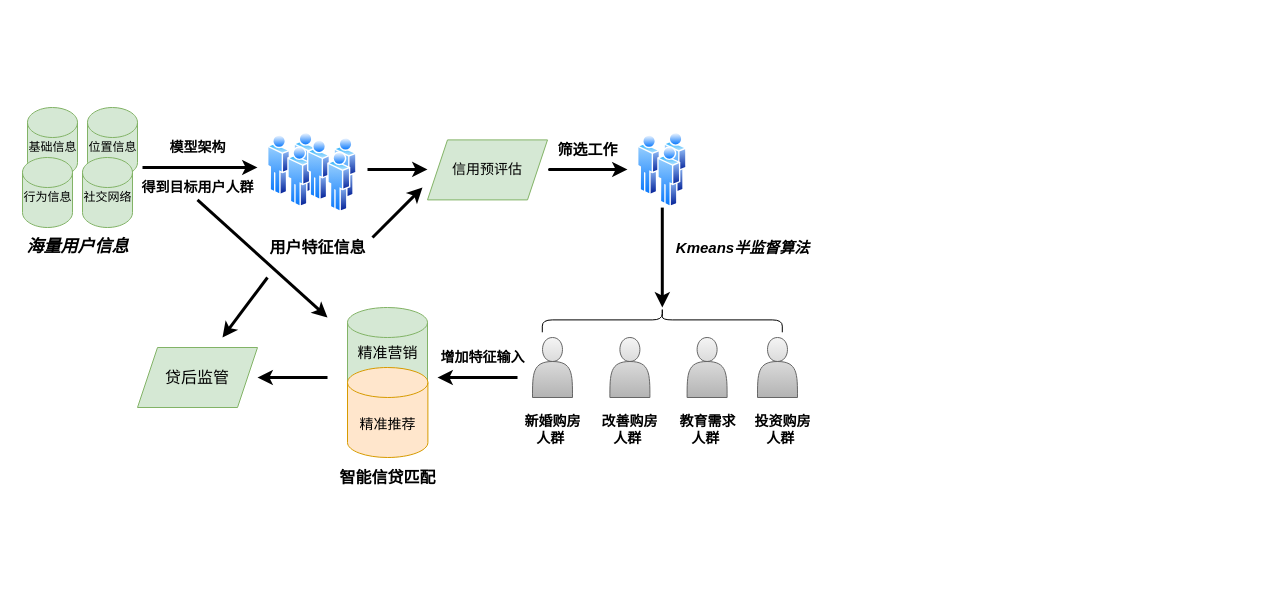
Before: 流程图 Diagram.drawio in Jackieze/hello-python, a draw.io diagram. Source tidied: cells renumbered, new cells numbered last; positions are measured from the earlier drawing's top-left corner, leaving out a move shared by most shapes. Both pictures are drawn from the tidied source at 100%, with x=0, y=0 at pixel (17, 107). Pictures stored in the file or linked from it are replaced by grey dashed boxes.
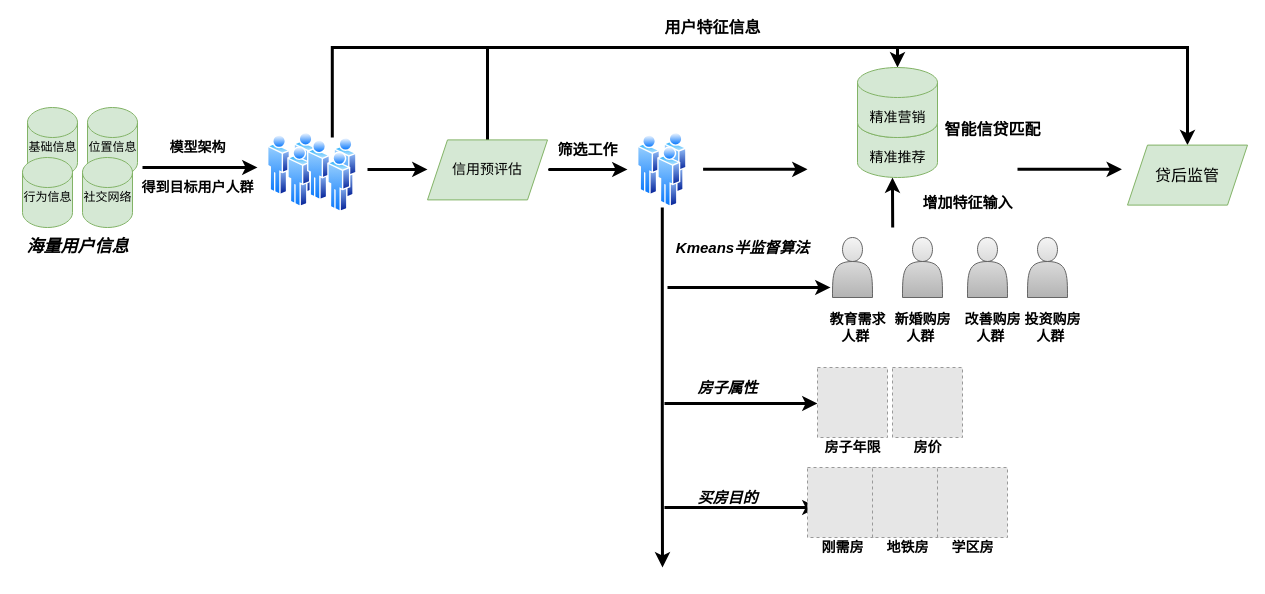
The same page after the edit.

The change refers to these unchanged cells:
```xml
<mxCell id="14" style="perimeter=ellipsePerimeter;html=1;align=center;shadow=0;dashed=0;spacingTop=3;image;image=img/lib/active_directory/users.svg;" parent="1" vertex="1">
  <mxGeometry x="290" y="30" width="49.6" height="75.2" as="geometry" />
</mxCell>
<mxCell id="17" value="&lt;font style=&quot;font-size: 14px&quot;&gt;信用预评估&lt;/font&gt;" style="shape=parallelogram;perimeter=parallelogramPerimeter;whiteSpace=wrap;html=1;fixedSize=1;fillColor=#d5e8d4;strokeColor=#82b366;" parent="1" vertex="1">
  <mxGeometry x="410" y="32.4" width="120" height="60" as="geometry" />
</mxCell>
<mxCell id="20" style="perimeter=ellipsePerimeter;html=1;align=center;shadow=0;dashed=0;spacingTop=3;image;image=img/lib/active_directory/users.svg;" parent="1" vertex="1">
  <mxGeometry x="620" y="24.9" width="49.6" height="75.2" as="geometry" />
</mxCell>
```

The edit, as a diff of the source:
```diff
@@
+    <mxCell id="45" style="edgeStyle=orthogonalEdgeStyle;rounded=0;jettySize=auto;html=1;entryX=0.5;entryY=0;entryDx=0;entryDy=0;entryPerimeter=0;strokeWidth=3;" parent="1" edge="1" source="14" target="65">
+      <mxGeometry relative="1" as="geometry">
+        <Array as="points">
+          <mxPoint x="315" y="-60" />
+          <mxPoint x="880" y="-60" />
+        </Array>
+      </mxGeometry>
+    </mxCell>
+    <mxCell id="46" style="edgeStyle=orthogonalEdgeStyle;rounded=0;jettySize=auto;html=1;exitX=0.5;exitY=0;exitDx=0;exitDy=0;entryX=0.5;entryY=0;entryDx=0;entryDy=0;strokeWidth=3;" parent="1" edge="1" source="17" target="43">
+      <mxGeometry relative="1" as="geometry">
+        <Array as="points">
+          <mxPoint x="470" y="-60" />
+          <mxPoint x="1170" y="-60" />
+        </Array>
+      </mxGeometry>
+    </mxCell>
@@
     <mxCell id="19" style="edgeStyle=orthogonalEdgeStyle;rounded=0;jettySize=auto;html=1;strokeWidth=3;" parent="1" edge="1" source="20">
       <mxGeometry relative="1" as="geometry">
-        <mxPoint x="644.8" y="200" as="targetPoint" />
+        <mxPoint x="645" y="460" as="targetPoint" />
+        <Array as="points">
+          <mxPoint x="645" y="350" />
+          <mxPoint x="645" y="350" />
+        </Array>
       </mxGeometry>
     </mxCell>
@@
-    <mxCell id="22" style="shape=cylinder3;whiteSpace=wrap;html=1;boundedLbl=1;backgroundOutline=1;size=15;fillColor=#d5e8d4;strokeColor=#82b366;" parent="1" vertex="1">
-      <mxGeometry x="330" y="200" width="80" height="90" as="geometry" />
-    </mxCell>
-    <mxCell id="23" style="shape=cylinder3;whiteSpace=wrap;html=1;boundedLbl=1;backgroundOutline=1;size=15;fillColor=#ffe6cc;strokeColor=#d79b00;" parent="1" vertex="1">
-      <mxGeometry x="330" y="260" width="80.4" height="90" as="geometry" />
-    </mxCell>
-    <mxCell id="24" style="endArrow=classic;html=1;strokeWidth=3;" parent="1" edge="1">
-      <mxGeometry relative="1" as="geometry">
-        <mxPoint x="180" y="92.4" as="sourcePoint" />
-        <mxPoint x="310" y="210" as="targetPoint" />
-      </mxGeometry>
-    </mxCell>
     <mxCell id="25" value="&lt;font style=&quot;font-size: 16px&quot;&gt;&lt;b&gt;用户特征信息&lt;/b&gt;&lt;/font&gt;" style="text;html=1;align=center;verticalAlign=middle;fillColor=none;strokeColor=none;rounded=0;" parent="1" vertex="1">
-      <mxGeometry x="245" y="130" width="110" height="20" as="geometry" />
+      <mxGeometry x="640" y="-90" width="110" height="20" as="geometry" />
     </mxCell>
-    <mxCell id="26" style="endArrow=classic;html=1;strokeWidth=3;" parent="1" edge="1">
-      <mxGeometry relative="1" as="geometry">
-        <mxPoint x="355" y="130" as="sourcePoint" />
-        <mxPoint x="405" y="80" as="targetPoint" />
-      </mxGeometry>
-    </mxCell>
@@
-    <mxCell id="28" style="shape=curlyBracket;whiteSpace=wrap;html=1;rounded=1;flipH=1;rotation=-90;" parent="1" vertex="1">
-      <mxGeometry x="632.4" y="92.4" width="24.8" height="240" as="geometry" />
-    </mxCell>
     <mxCell id="29" style="shape=actor;whiteSpace=wrap;html=1;gradientColor=#b3b3b3;fillColor=#f5f5f5;strokeColor=#666666;" parent="1" vertex="1">
-      <mxGeometry x="515" y="230" width="40" height="60" as="geometry" />
+      <mxGeometry x="885" y="130" width="40" height="60" as="geometry" />
     </mxCell>
     <mxCell id="30" style="shape=actor;whiteSpace=wrap;html=1;gradientColor=#b3b3b3;fillColor=#f5f5f5;strokeColor=#666666;" parent="1" vertex="1">
-      <mxGeometry x="592.4" y="230" width="40" height="60" as="geometry" />
+      <mxGeometry x="950" y="130" width="40" height="60" as="geometry" />
     </mxCell>
     <mxCell id="31" style="shape=actor;whiteSpace=wrap;html=1;gradientColor=#b3b3b3;fillColor=#f5f5f5;strokeColor=#666666;" parent="1" vertex="1">
-      <mxGeometry x="669.6" y="230" width="40" height="60" as="geometry" />
+      <mxGeometry x="815" y="130" width="40" height="60" as="geometry" />
     </mxCell>
     <mxCell id="32" style="shape=actor;whiteSpace=wrap;html=1;gradientColor=#b3b3b3;fillColor=#f5f5f5;strokeColor=#666666;" parent="1" vertex="1">
-      <mxGeometry x="740" y="230" width="40" height="60" as="geometry" />
+      <mxGeometry x="1010" y="130" width="40" height="60" as="geometry" />
     </mxCell>
     <mxCell id="33" value="&lt;p class=&quot;MsoNormal&quot; style=&quot;margin: 0pt 0pt 0.0001pt ; text-align: justify ; font-family: &amp;#34;calibri&amp;#34; ; font-size: 10.5pt&quot;&gt;&lt;b&gt;&lt;span style=&quot;font-size: 10.5pt&quot;&gt;&lt;font face=&quot;宋体&quot;&gt;新婚购房&lt;/font&gt;&lt;/span&gt;&lt;/b&gt;&lt;/p&gt;&lt;p class=&quot;MsoNormal&quot; style=&quot;margin: 0pt 0pt 0.0001pt ; text-align: justify ; font-family: &amp;#34;calibri&amp;#34; ; font-size: 10.5pt&quot;&gt;&lt;b&gt;&lt;span style=&quot;font-size: 10.5pt&quot;&gt;&lt;font face=&quot;宋体&quot;&gt;&amp;nbsp; &amp;nbsp;人群&lt;/font&gt;&lt;/span&gt;&lt;/b&gt;&lt;/p&gt;" style="text;html=1;align=center;verticalAlign=middle;fillColor=none;strokeColor=none;rounded=0;" parent="1" vertex="1">
-      <mxGeometry x="500" y="307.4" width="70" height="30" as="geometry" />
+      <mxGeometry x="870" y="205" width="70" height="30" as="geometry" />
     </mxCell>
     <mxCell id="34" value="&lt;p class=&quot;MsoNormal&quot; style=&quot;margin: 0pt 0pt 0.0001pt ; text-align: justify ; font-family: &amp;#34;calibri&amp;#34; ; font-size: 10.5pt&quot;&gt;&lt;b&gt;&lt;span style=&quot;font-size: 10.5pt&quot;&gt;&lt;font face=&quot;宋体&quot;&gt;改善购房&lt;/font&gt;&lt;/span&gt;&lt;/b&gt;&lt;/p&gt;&lt;p class=&quot;MsoNormal&quot; style=&quot;margin: 0pt 0pt 0.0001pt ; text-align: justify ; font-family: &amp;#34;calibri&amp;#34; ; font-size: 10.5pt&quot;&gt;&lt;b&gt;&lt;span style=&quot;font-size: 10.5pt&quot;&gt;&lt;font face=&quot;宋体&quot;&gt;&amp;nbsp; &amp;nbsp;人群&lt;/font&gt;&lt;/span&gt;&lt;/b&gt;&lt;/p&gt;" style="text;html=1;align=center;verticalAlign=middle;fillColor=none;strokeColor=none;rounded=0;" parent="1" vertex="1">
-      <mxGeometry x="577.4" y="307.4" width="70" height="30" as="geometry" />
+      <mxGeometry x="940" y="205" width="70" height="30" as="geometry" />
     </mxCell>
     <mxCell id="35" value="&lt;p class=&quot;MsoNormal&quot; style=&quot;margin: 0pt 0pt 0.0001pt ; text-align: justify ; font-size: 10.5pt&quot;&gt;&lt;font face=&quot;宋体&quot;&gt;&lt;b&gt;教育需求&lt;/b&gt;&lt;/font&gt;&lt;/p&gt;&lt;p class=&quot;MsoNormal&quot; style=&quot;margin: 0pt 0pt 0.0001pt ; text-align: justify ; font-family: &amp;#34;calibri&amp;#34; ; font-size: 10.5pt&quot;&gt;&lt;b&gt;&lt;span style=&quot;font-size: 10.5pt&quot;&gt;&lt;font face=&quot;宋体&quot;&gt;&amp;nbsp; &amp;nbsp;人群&lt;/font&gt;&lt;/span&gt;&lt;/b&gt;&lt;/p&gt;" style="text;html=1;align=center;verticalAlign=middle;fillColor=none;strokeColor=none;rounded=0;" parent="1" vertex="1">
-      <mxGeometry x="654.6" y="307.4" width="70" height="30" as="geometry" />
+      <mxGeometry x="805" y="205" width="70" height="30" as="geometry" />
     </mxCell>
     <mxCell id="36" value="&lt;p class=&quot;MsoNormal&quot; style=&quot;margin: 0pt 0pt 0.0001pt ; text-align: justify ; font-size: 10.5pt&quot;&gt;&lt;font face=&quot;宋体&quot;&gt;&lt;b&gt;投资购房&lt;/b&gt;&lt;/font&gt;&lt;/p&gt;&lt;p class=&quot;MsoNormal&quot; style=&quot;margin: 0pt 0pt 0.0001pt ; text-align: justify ; font-family: &amp;#34;calibri&amp;#34; ; font-size: 10.5pt&quot;&gt;&lt;b&gt;&lt;span style=&quot;font-size: 10.5pt&quot;&gt;&lt;font face=&quot;宋体&quot;&gt;&amp;nbsp; &amp;nbsp;人群&lt;/font&gt;&lt;/span&gt;&lt;/b&gt;&lt;/p&gt;" style="text;html=1;align=center;verticalAlign=middle;fillColor=none;strokeColor=none;rounded=0;" parent="1" vertex="1">
-      <mxGeometry x="730" y="307.4" width="70" height="30" as="geometry" />
+      <mxGeometry x="1000" y="205" width="70" height="30" as="geometry" />
     </mxCell>
-    <mxCell id="37" style="endArrow=classic;html=1;strokeWidth=3;" parent="1" edge="1">
-      <mxGeometry relative="1" as="geometry">
-        <mxPoint x="500" y="270" as="sourcePoint" />
-        <mxPoint x="420" y="270" as="targetPoint" />
-      </mxGeometry>
-    </mxCell>
+    <mxCell id="41" value="&lt;p class=&quot;MsoNormal&quot; style=&quot;margin: 0pt 0pt 0.0001pt ; text-align: justify ; font-family: &amp;#34;times new roman&amp;#34;&quot;&gt;&lt;b&gt;&lt;font face=&quot;宋体&quot; style=&quot;font-size: 16px&quot;&gt;智能信贷匹配&lt;/font&gt;&lt;/b&gt;&lt;/p&gt;" style="text;html=1;align=center;verticalAlign=middle;fillColor=none;strokeColor=none;rounded=0;" parent="1" vertex="1">
+      <mxGeometry x="920" y="12.4" width="110" height="20" as="geometry" />
+    </mxCell>
+    <mxCell id="43" value="&lt;font style=&quot;font-size: 16px&quot;&gt;贷后监管&lt;/font&gt;" style="shape=parallelogram;perimeter=parallelogramPerimeter;whiteSpace=wrap;html=1;fixedSize=1;fillColor=#d5e8d4;strokeColor=#82b366;" parent="1" vertex="1">
+      <mxGeometry x="1110" y="37.6" width="120" height="60" as="geometry" />
+    </mxCell>
+    <mxCell id="47" style="endArrow=classic;html=1;strokeWidth=3;" parent="1" edge="1">
+      <mxGeometry relative="1" as="geometry">
+        <mxPoint x="650" y="180" as="sourcePoint" />
+        <mxPoint x="813" y="180" as="targetPoint" />
+      </mxGeometry>
+    </mxCell>
+    <mxCell id="48" style="endArrow=classic;html=1;strokeWidth=3;" parent="1" edge="1">
+      <mxGeometry relative="1" as="geometry">
+        <mxPoint x="647" y="296" as="sourcePoint" />
+        <mxPoint x="800" y="296" as="targetPoint" />
+      </mxGeometry>
+    </mxCell>
+    <mxCell id="49" style="fillColor=#E6E6E6;strokeColor=#999999;dashed=1;html=1;verticalAlign=top;verticalLabelPosition=bottom;labelBackgroundColor=#ffffff;" parent="1" vertex="1">
+      <mxGeometry x="800" y="260" width="70" height="70" as="geometry" />
+    </mxCell>
+    <mxCell id="50" style="fillColor=#E6E6E6;strokeColor=#999999;dashed=1;html=1;verticalAlign=top;verticalLabelPosition=bottom;labelBackgroundColor=#ffffff;" parent="1" vertex="1">
+      <mxGeometry x="875" y="260" width="70" height="70" as="geometry" />
+    </mxCell>
+    <mxCell id="51" value="&lt;font style=&quot;font-size: 14px&quot;&gt;&lt;b&gt;房子年限&lt;/b&gt;&lt;/font&gt;" style="text;html=1;align=center;verticalAlign=middle;fillColor=none;strokeColor=none;rounded=0;" parent="1" vertex="1">
+      <mxGeometry x="800" y="330" width="70" height="20" as="geometry" />
+    </mxCell>
+    <mxCell id="52" value="&lt;font style=&quot;font-size: 14px&quot;&gt;&lt;b&gt;房价&lt;/b&gt;&lt;/font&gt;" style="text;html=1;align=center;verticalAlign=middle;fillColor=none;strokeColor=none;rounded=0;" parent="1" vertex="1">
+      <mxGeometry x="890" y="330" width="40" height="20" as="geometry" />
+    </mxCell>
+    <mxCell id="53" style="endArrow=classic;html=1;strokeWidth=3;" parent="1" edge="1">
+      <mxGeometry relative="1" as="geometry">
+        <mxPoint x="647" y="400" as="sourcePoint" />
+        <mxPoint x="800" y="400" as="targetPoint" />
+      </mxGeometry>
+    </mxCell>
+    <mxCell id="54" value="&lt;font size=&quot;1&quot;&gt;&lt;b&gt;&lt;i style=&quot;font-size: 15px&quot;&gt;房子属性&lt;/i&gt;&lt;/b&gt;&lt;/font&gt;" style="text;html=1;align=center;verticalAlign=middle;fillColor=none;strokeColor=none;rounded=0;" parent="1" vertex="1">
+      <mxGeometry x="670" y="270" width="80" height="20" as="geometry" />
+    </mxCell>
+    <mxCell id="55" value="&lt;font style=&quot;font-size: 15px&quot;&gt;&lt;b&gt;&lt;i&gt;买房目的&lt;/i&gt;&lt;/b&gt;&lt;/font&gt;" style="text;html=1;align=center;verticalAlign=middle;fillColor=none;strokeColor=none;rounded=0;" parent="1" vertex="1">
+      <mxGeometry x="670" y="380" width="80" height="20" as="geometry" />
+    </mxCell>
+    <mxCell id="56" style="fillColor=#E6E6E6;strokeColor=#999999;dashed=1;html=1;verticalAlign=top;verticalLabelPosition=bottom;labelBackgroundColor=#ffffff;" parent="1" vertex="1">
+      <mxGeometry x="790" y="360" width="70" height="70" as="geometry" />
+    </mxCell>
+    <mxCell id="57" style="fillColor=#E6E6E6;strokeColor=#999999;dashed=1;html=1;verticalAlign=top;verticalLabelPosition=bottom;labelBackgroundColor=#ffffff;" parent="1" vertex="1">
+      <mxGeometry x="855" y="360" width="70" height="70" as="geometry" />
+    </mxCell>
+    <mxCell id="58" style="fillColor=#E6E6E6;strokeColor=#999999;dashed=1;html=1;verticalAlign=top;verticalLabelPosition=bottom;labelBackgroundColor=#ffffff;" parent="1" vertex="1">
+      <mxGeometry x="920" y="360" width="70" height="70" as="geometry" />
+    </mxCell>
+    <mxCell id="59" value="&lt;font style=&quot;font-size: 14px&quot;&gt;&lt;b&gt;刚需房&lt;/b&gt;&lt;/font&gt;" style="text;html=1;align=center;verticalAlign=middle;fillColor=none;strokeColor=none;rounded=0;" parent="1" vertex="1">
+      <mxGeometry x="795" y="430" width="60" height="20" as="geometry" />
+    </mxCell>
+    <mxCell id="60" value="&lt;font style=&quot;font-size: 14px&quot;&gt;&lt;b&gt;地铁房&lt;/b&gt;&lt;/font&gt;" style="text;html=1;align=center;verticalAlign=middle;fillColor=none;strokeColor=none;rounded=0;" parent="1" vertex="1">
+      <mxGeometry x="860" y="430" width="60" height="20" as="geometry" />
+    </mxCell>
+    <mxCell id="61" value="&lt;font style=&quot;font-size: 14px&quot;&gt;&lt;b&gt;学区房&lt;/b&gt;&lt;/font&gt;" style="text;html=1;align=center;verticalAlign=middle;fillColor=none;strokeColor=none;rounded=0;" parent="1" vertex="1">
+      <mxGeometry x="925" y="430" width="60" height="20" as="geometry" />
+    </mxCell>
+    <mxCell id="62" style="endArrow=classic;html=1;strokeWidth=3;" parent="1" edge="1">
+      <mxGeometry relative="1" as="geometry">
+        <mxPoint x="685.6" y="61.8" as="sourcePoint" />
+        <mxPoint x="790" y="61.8" as="targetPoint" />
+      </mxGeometry>
+    </mxCell>
+    <mxCell id="63" style="endArrow=classic;html=1;strokeWidth=3;" parent="1" edge="1">
+      <mxGeometry relative="1" as="geometry">
+        <mxPoint x="875.2" y="120.1" as="sourcePoint" />
+        <mxPoint x="875" y="70.1" as="targetPoint" />
+        <Array as="points">
+          <mxPoint x="875" y="80" />
+        </Array>
+      </mxGeometry>
+    </mxCell>
-    <mxCell id="38" value="&lt;b&gt;&lt;font style=&quot;font-size: 14px&quot;&gt;增加特征输入&lt;/font&gt;&lt;/b&gt;" style="text;html=1;align=center;verticalAlign=middle;fillColor=none;strokeColor=none;rounded=0;" parent="1" vertex="1">
-      <mxGeometry x="415" y="240" width="100" height="20" as="geometry" />
+    <mxCell id="38" value="&lt;font size=&quot;1&quot;&gt;&lt;b style=&quot;font-size: 15px&quot;&gt;增加特征输入&lt;/b&gt;&lt;/font&gt;" style="text;html=1;align=center;verticalAlign=middle;fillColor=none;strokeColor=none;rounded=0;" parent="1" vertex="1">
+      <mxGeometry x="895" y="85.1" width="110" height="20" as="geometry" />
     </mxCell>
+    <mxCell id="64" style="shape=cylinder3;whiteSpace=wrap;html=1;boundedLbl=1;backgroundOutline=1;size=15;fillColor=#d5e8d4;strokeColor=#82b366;" parent="1" vertex="1">
+      <mxGeometry x="840" width="80" height="70" as="geometry" />
+    </mxCell>
+    <mxCell id="65" style="shape=cylinder3;whiteSpace=wrap;html=1;boundedLbl=1;backgroundOutline=1;size=15;fillColor=#d5e8d4;strokeColor=#82b366;" parent="1" vertex="1">
+      <mxGeometry x="840" y="-40" width="80" height="70" as="geometry" />
+    </mxCell>
     <mxCell id="39" value="&lt;font style=&quot;font-size: 14px&quot;&gt;精准推荐&lt;/font&gt;" style="text;html=1;align=center;verticalAlign=middle;fillColor=none;strokeColor=none;rounded=0;" parent="1" vertex="1">
-      <mxGeometry x="335" y="307.4" width="70" height="20" as="geometry" />
+      <mxGeometry x="845" y="40" width="70" height="20" as="geometry" />
     </mxCell>
-    <mxCell id="40" value="&lt;font style=&quot;font-size: 15px&quot;&gt;精准营销&lt;/font&gt;" style="text;html=1;align=center;verticalAlign=middle;fillColor=none;strokeColor=none;rounded=0;" parent="1" vertex="1">
-      <mxGeometry x="330" y="235" width="80" height="20" as="geometry" />
+    <mxCell id="40" value="&lt;font style=&quot;font-size: 14px&quot;&gt;精准营销&lt;/font&gt;" style="text;html=1;align=center;verticalAlign=middle;fillColor=none;strokeColor=none;rounded=0;" parent="1" vertex="1">
+      <mxGeometry x="845" width="70" height="20" as="geometry" />
     </mxCell>
-    <mxCell id="41" value="&lt;p class=&quot;MsoNormal&quot; style=&quot;margin: 0pt 0pt 0.0001pt ; text-align: justify ; font-family: &amp;#34;times new roman&amp;#34;&quot;&gt;&lt;b&gt;&lt;font face=&quot;宋体&quot; style=&quot;font-size: 16px&quot;&gt;智能信贷匹配&lt;/font&gt;&lt;/b&gt;&lt;/p&gt;" style="text;html=1;align=center;verticalAlign=middle;fillColor=none;strokeColor=none;rounded=0;" parent="1" vertex="1">
-      <mxGeometry x="315" y="360" width="110" height="20" as="geometry" />
-    </mxCell>
-    <mxCell id="42" style="endArrow=classic;html=1;strokeWidth=3;" parent="1" edge="1">
-      <mxGeometry relative="1" as="geometry">
-        <mxPoint x="310" y="270" as="sourcePoint" />
-        <mxPoint x="240" y="270" as="targetPoint" />
-      </mxGeometry>
-    </mxCell>
-    <mxCell id="43" value="&lt;font style=&quot;font-size: 16px&quot;&gt;贷后监管&lt;/font&gt;" style="shape=parallelogram;perimeter=parallelogramPerimeter;whiteSpace=wrap;html=1;fixedSize=1;fillColor=#d5e8d4;strokeColor=#82b366;" parent="1" vertex="1">
-      <mxGeometry x="120" y="240" width="120" height="60" as="geometry" />
-    </mxCell>
-    <mxCell id="44" style="endArrow=classic;html=1;strokeWidth=3;" parent="1" edge="1">
-      <mxGeometry relative="1" as="geometry">
-        <mxPoint x="250" y="170" as="sourcePoint" />
-        <mxPoint x="205" y="230" as="targetPoint" />
-      </mxGeometry>
-    </mxCell>
+    <mxCell id="66" style="endArrow=classic;html=1;strokeWidth=3;" parent="1" edge="1">
+      <mxGeometry relative="1" as="geometry">
+        <mxPoint x="1000" y="61.8" as="sourcePoint" />
+        <mxPoint x="1104.4" y="61.8" as="targetPoint" />
+      </mxGeometry>
+    </mxCell>
```
